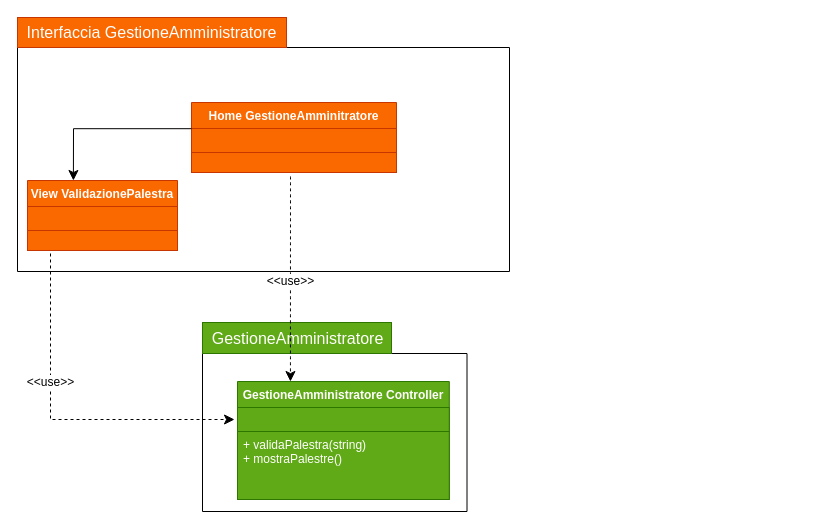
This is Diagrammi_Package/GestioneAmministratore.drawio from JosephBoom02/Progetto_Ingegneria_del_Software, a draw.io file, before an edit. Source tidied: cells renumbered, new cells numbered last; positions are measured from the earlier drawing's top-left corner, leaving out a move shared by most shapes. Both pictures are drawn from the tidied source at 100%, with x=0, y=0 at pixel (17, 17).
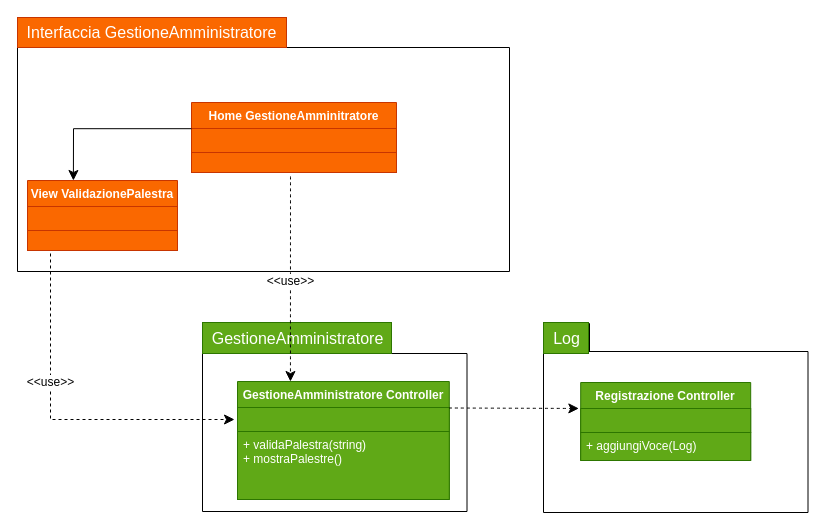
The same page after the edit.

Change to the diagram source:
```diff
@@
+    <mxCell id="25" style="shape=folder;fontStyle=1;spacingTop=10;tabWidth=46;tabHeight=28;tabPosition=left;html=1;whiteSpace=wrap;" parent="1" vertex="1">
+      <mxGeometry x="526" y="306" width="264.5" height="189" as="geometry" />
+    </mxCell>
+    <mxCell id="26" value="Log" style="text;html=1;align=center;verticalAlign=middle;fontSize=16;fillColor=#60a917;fontColor=#ffffff;strokeColor=#2D7600;" parent="1" vertex="1">
+      <mxGeometry x="526" y="305" width="45" height="31" as="geometry" />
+    </mxCell>
+    <mxCell id="27" value="Registrazione Controller" style="swimlane;fontStyle=1;align=center;verticalAlign=top;horizontal=1;startSize=26;whiteSpace=wrap;html=1;fillColor=#60a917;fontColor=#ffffff;strokeColor=#2D7600;" parent="1" vertex="1">
+      <mxGeometry x="563.2" y="365" width="170" height="78" as="geometry" />
+    </mxCell>
+    <mxCell id="28" style="text;strokeColor=#2D7600;fillColor=#60a917;align=left;verticalAlign=top;spacingLeft=4;spacingRight=4;overflow=hidden;points=[[0,0.5],[1,0.5]];portConstraint=eastwest;whiteSpace=wrap;html=1;fontColor=#ffffff;" parent="27" vertex="1">
+      <mxGeometry y="26" width="170" height="24" as="geometry" />
+    </mxCell>
+    <mxCell id="29" style="line;strokeWidth=1;fillColor=#fa6800;align=left;verticalAlign=middle;spacingTop=-1;spacingLeft=3;spacingRight=3;labelPosition=right;strokeColor=#FF8000;fontColor=#000000;" parent="27" vertex="1">
+      <mxGeometry y="50" width="170" as="geometry" />
+    </mxCell>
+    <mxCell id="30" value="+ aggiungiVoce(Log)" style="text;strokeColor=#2D7600;fillColor=#60a917;align=left;verticalAlign=top;spacingLeft=4;spacingRight=4;overflow=hidden;whiteSpace=wrap;html=1;fontColor=#ffffff;" parent="27" vertex="1">
+      <mxGeometry y="50" width="170" height="28" as="geometry" />
+    </mxCell>
+    <mxCell id="31" style="edgeStyle=none;curved=1;rounded=0;jettySize=auto;html=1;exitX=1;exitY=0.25;exitDx=0;exitDy=0;fontSize=12;startSize=8;endSize=8;entryX=-0.011;entryY=-0.002;entryDx=0;entryDy=0;entryPerimeter=0;dashed=1;" parent="1" edge="1" target="28">
+      <mxGeometry relative="1" as="geometry">
+        <mxPoint x="431.7" y="390.5" as="sourcePoint" />
+      </mxGeometry>
+    </mxCell>
```
